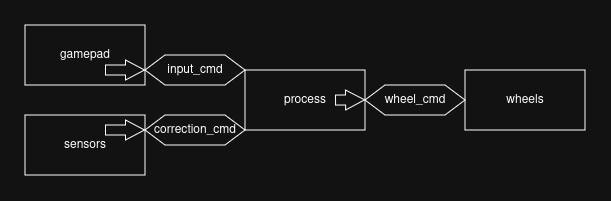
Earlier version of the draw.io export docs/level3.png (EPFLXplore/ROS_Software_Assignement). Source tidied: cells renumbered, new cells last; positions are measured from the earlier drawing's top-left corner, leaving out a move shared by most shapes.
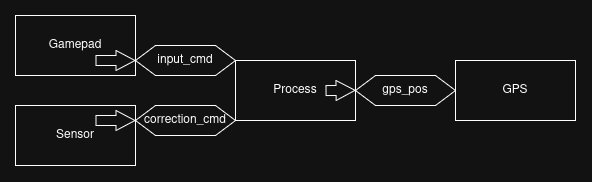
Above is the later version.

Diff of the diagram source:
```diff
@@ -2,22 +2,22 @@
   <root>
     <mxCell id="0" />
     <mxCell id="1" parent="0" />
-    <mxCell id="2" value="gamepad" style="rounded=0;whiteSpace=wrap;html=1;" parent="1" vertex="1">
+    <mxCell id="2" value="Gamepad" style="rounded=0;whiteSpace=wrap;html=1;" parent="1" vertex="1">
       <mxGeometry width="120" height="60" as="geometry" />
     </mxCell>
-    <mxCell id="3" value="sensors" style="rounded=0;whiteSpace=wrap;html=1;" parent="1" vertex="1">
+    <mxCell id="3" value="Sensor" style="rounded=0;whiteSpace=wrap;html=1;" parent="1" vertex="1">
       <mxGeometry y="90" width="120" height="60" as="geometry" />
     </mxCell>
-    <mxCell id="4" value="process" style="rounded=0;whiteSpace=wrap;html=1;" parent="1" vertex="1">
+    <mxCell id="4" value="Process" style="rounded=0;whiteSpace=wrap;html=1;" parent="1" vertex="1">
       <mxGeometry x="220" y="45" width="120" height="60" as="geometry" />
     </mxCell>
-    <mxCell id="5" value="wheels" style="rounded=0;whiteSpace=wrap;html=1;" parent="1" vertex="1">
+    <mxCell id="5" value="GPS" style="rounded=0;whiteSpace=wrap;html=1;" parent="1" vertex="1">
       <mxGeometry x="440" y="45" width="120" height="60" as="geometry" />
     </mxCell>
     <mxCell id="6" value="input_cmd" style="shape=hexagon;perimeter=hexagonPerimeter2;whiteSpace=wrap;html=1;fixedSize=1;" parent="1" vertex="1">
       <mxGeometry x="120" y="30" width="100" height="30" as="geometry" />
     </mxCell>
-    <mxCell id="7" value="wheel_cmd" style="shape=hexagon;perimeter=hexagonPerimeter2;whiteSpace=wrap;html=1;fixedSize=1;" parent="1" vertex="1">
+    <mxCell id="7" value="gps_pos" style="shape=hexagon;perimeter=hexagonPerimeter2;whiteSpace=wrap;html=1;fixedSize=1;" parent="1" vertex="1">
       <mxGeometry x="340" y="60" width="100" height="30" as="geometry" />
     </mxCell>
     <mxCell id="8" value="correction_cmd" style="shape=hexagon;perimeter=hexagonPerimeter2;whiteSpace=wrap;html=1;fixedSize=1;" parent="1" vertex="1">
```
